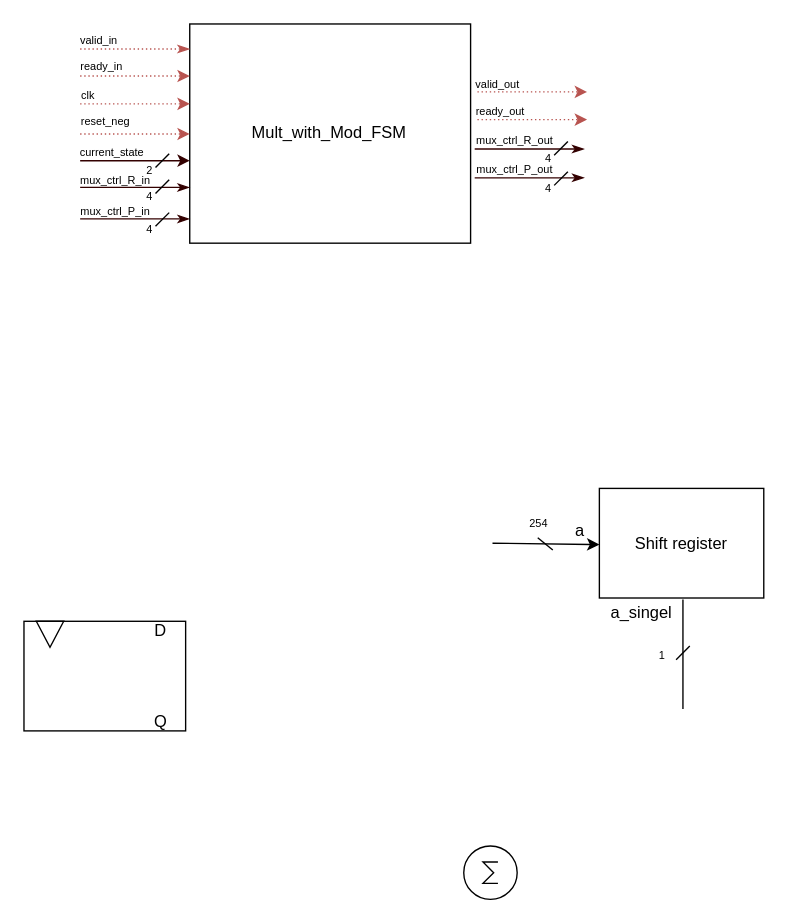
The draw.io diagram page "Mult_with_mod_fsm" (4 of 6) of TermProject/figurer/For_datasheet/Datas_sheet_drawings.drawio in Lorangs/TFE4141_Digital_Design_1, before the edit. Source tidied: cells renumbered, new cells numbered last; positions are measured from the earlier drawing's top-left corner, leaving out a move shared by most shapes. Both pictures are drawn from the tidied source at 137%, with x=0, y=0 at pixel (23, 23).
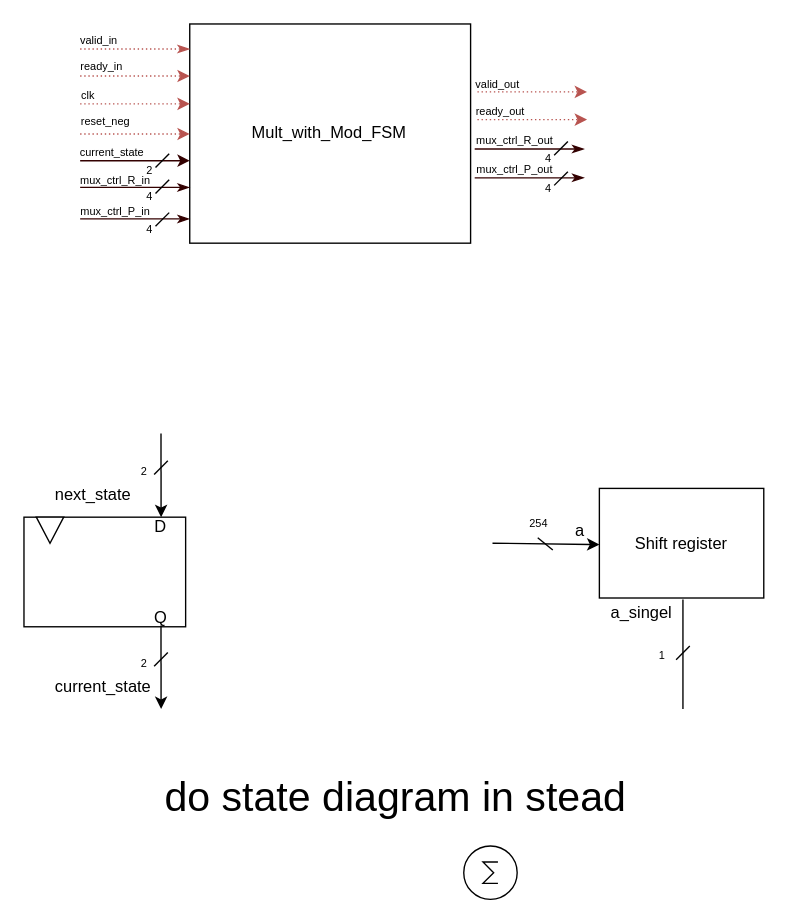
Above is the later version.

Commit message (it also covers changes not shown here):
added some components and added a state diagram.

What changed in the source:
```diff
@@
-    <mxCell id="38" style="group;" parent="1" vertex="1">
-      <mxGeometry y="436" width="118" height="80" as="geometry" />
-    </mxCell>
-    <mxCell id="39" style="rounded=0;whiteSpace=wrap;html=1;" parent="38" vertex="1">
-      <mxGeometry width="118" height="80" as="geometry" />
-    </mxCell>
-    <mxCell id="40" style="triangle;whiteSpace=wrap;html=1;direction=south;" parent="38" vertex="1">
-      <mxGeometry x="9" width="20" height="19" as="geometry" />
-    </mxCell>
-    <mxCell id="41" value="D" style="text;html=1;align=center;verticalAlign=middle;whiteSpace=wrap;rounded=0;" parent="38" vertex="1">
-      <mxGeometry x="95" y="2" width="10" height="10" as="geometry" />
-    </mxCell>
-    <mxCell id="42" value="Q" style="text;html=1;align=center;verticalAlign=middle;whiteSpace=wrap;rounded=0;" parent="38" vertex="1">
-      <mxGeometry x="95" y="69" width="10" height="10" as="geometry" />
-    </mxCell>
@@
+    <mxCell id="54" style="group;" parent="1" vertex="1">
+      <mxGeometry y="360" width="118" height="80" as="geometry" />
+    </mxCell>
+    <mxCell id="39" style="rounded=0;whiteSpace=wrap;html=1;" parent="54" vertex="1">
+      <mxGeometry width="118" height="80" as="geometry" />
+    </mxCell>
+    <mxCell id="40" style="triangle;whiteSpace=wrap;html=1;direction=south;" parent="54" vertex="1">
+      <mxGeometry x="9" width="20" height="19" as="geometry" />
+    </mxCell>
+    <mxCell id="41" value="D" style="text;html=1;align=center;verticalAlign=middle;whiteSpace=wrap;rounded=0;" parent="54" vertex="1">
+      <mxGeometry x="95" y="2" width="10" height="10" as="geometry" />
+    </mxCell>
+    <mxCell id="55" style="edgeStyle=none;html=1;exitX=0.5;exitY=1;exitDx=0;exitDy=0;" parent="54" edge="1" source="42">
+      <mxGeometry relative="1" as="geometry">
+        <mxPoint x="100.1" y="140" as="targetPoint" />
+      </mxGeometry>
+    </mxCell>
+    <mxCell id="42" value="Q" style="text;html=1;align=center;verticalAlign=middle;whiteSpace=wrap;rounded=0;" parent="54" vertex="1">
+      <mxGeometry x="95" y="69" width="10" height="10" as="geometry" />
+    </mxCell>
+    <mxCell id="56" value="current_state" style="text;whiteSpace=wrap;" parent="1" vertex="1">
+      <mxGeometry x="21" y="470" width="80" height="20" as="geometry" />
+    </mxCell>
+    <mxCell id="57" value="&lt;span style=&quot;font-size: 8px;&quot;&gt;2&lt;/span&gt;" style="text;html=1;align=center;verticalAlign=middle;whiteSpace=wrap;rounded=0;" parent="1" vertex="1">
+      <mxGeometry x="80" y="461.2" width="16" height="10" as="geometry" />
+    </mxCell>
+    <mxCell id="58" style="endArrow=none;html=1;" parent="1" edge="1">
+      <mxGeometry relative="1" as="geometry">
+        <mxPoint x="95" y="468.8" as="sourcePoint" />
+        <mxPoint x="105" y="458.8" as="targetPoint" />
+      </mxGeometry>
+    </mxCell>
+    <mxCell id="59" style="edgeStyle=none;html=1;exitX=0.5;exitY=1;exitDx=0;exitDy=0;" parent="1" edge="1">
+      <mxGeometry relative="1" as="geometry">
+        <mxPoint x="100" y="299" as="sourcePoint" />
+        <mxPoint x="100.1" y="360" as="targetPoint" />
+      </mxGeometry>
+    </mxCell>
+    <mxCell id="60" value="next_state" style="text;whiteSpace=wrap;" parent="1" vertex="1">
+      <mxGeometry x="21" y="330" width="80" height="20" as="geometry" />
+    </mxCell>
+    <mxCell id="61" value="&lt;span style=&quot;font-size: 8px;&quot;&gt;2&lt;/span&gt;" style="text;html=1;align=center;verticalAlign=middle;whiteSpace=wrap;rounded=0;" parent="1" vertex="1">
+      <mxGeometry x="80" y="321.2" width="16" height="10" as="geometry" />
+    </mxCell>
+    <mxCell id="62" style="endArrow=none;html=1;" parent="1" edge="1">
+      <mxGeometry relative="1" as="geometry">
+        <mxPoint x="95" y="328.8" as="sourcePoint" />
+        <mxPoint x="105" y="318.8" as="targetPoint" />
+      </mxGeometry>
+    </mxCell>
+    <mxCell id="63" value="&lt;span style=&quot;font-size: 30px;&quot;&gt;do state diagram in stead&amp;nbsp;&lt;/span&gt;" style="text;whiteSpace=wrap;html=1;" parent="1" vertex="1">
+      <mxGeometry x="101" y="540" width="360" height="40" as="geometry" />
+    </mxCell>
```
